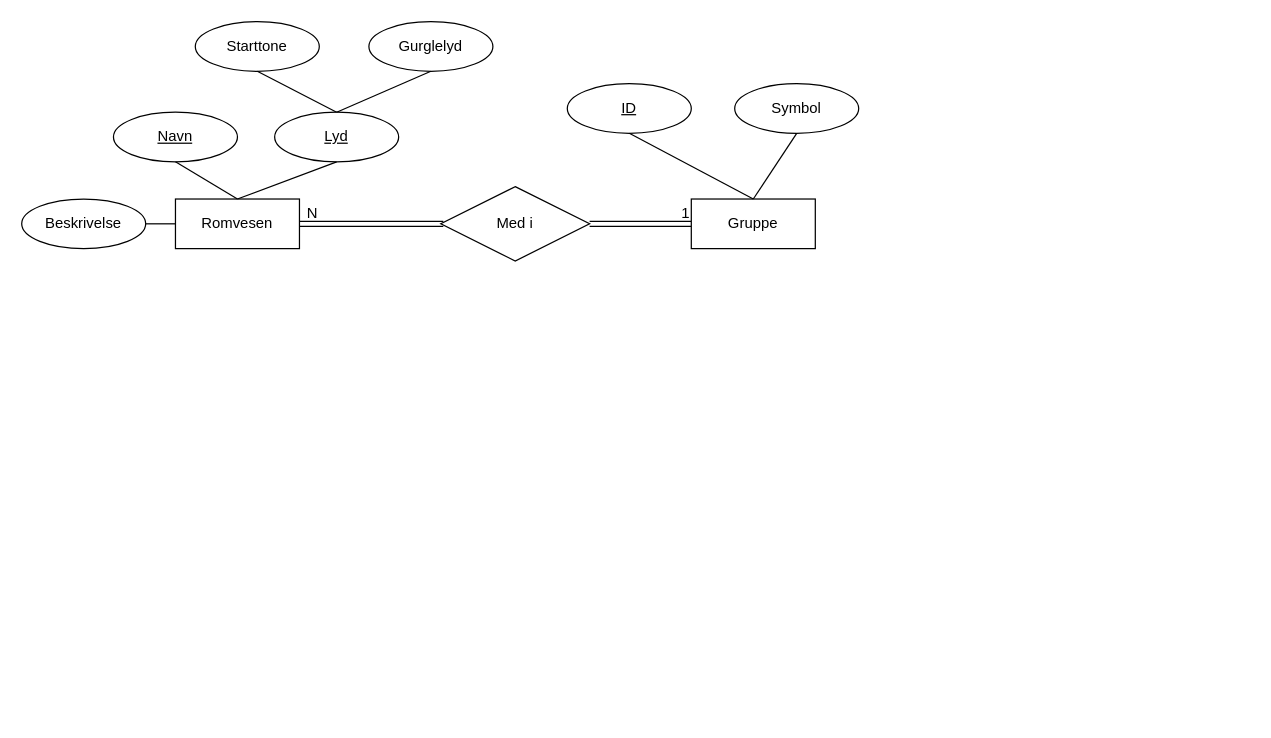
The draw.io diagram oppg3.drawio in bendikmd/in2090, before the edit. Source tidied: cells renumbered, new cells numbered last; positions are measured from the earlier drawing's top-left corner, leaving out a move shared by most shapes. Both pictures are drawn from the tidied source at 124%, with x=0, y=0 at pixel (21, 21).
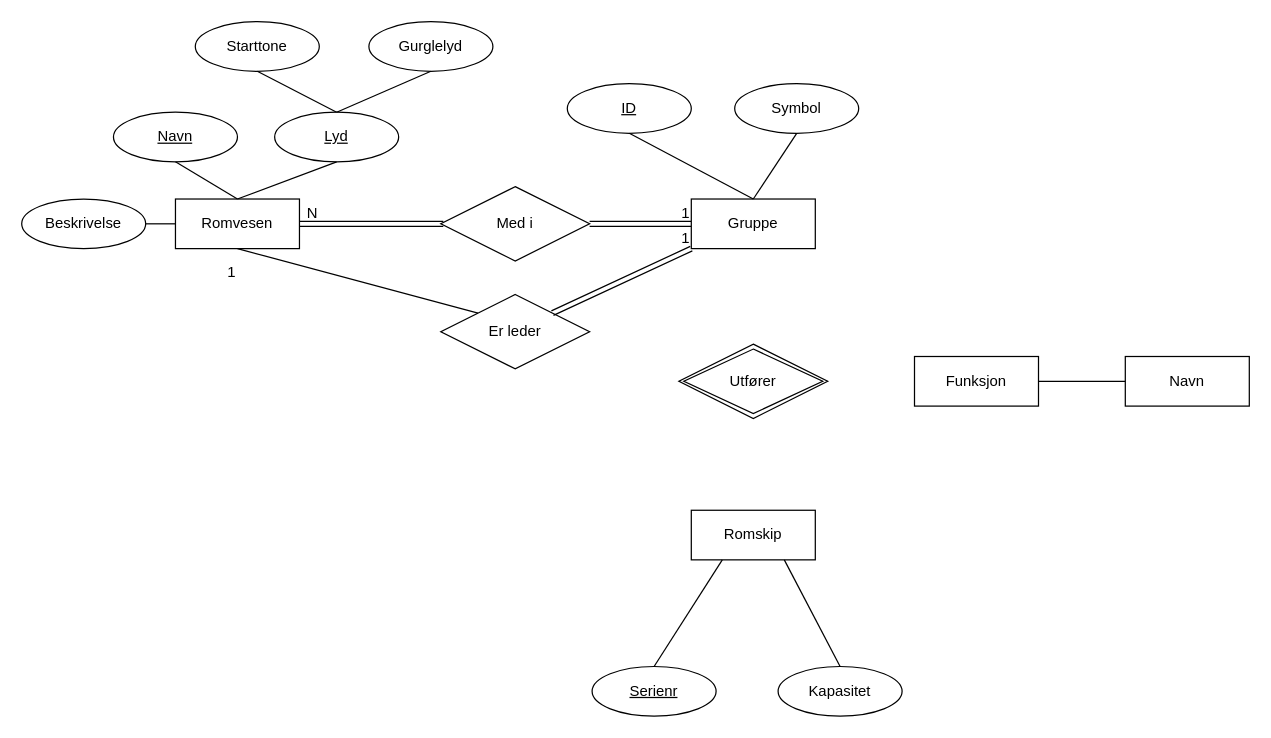
The same diagram, later.

The change refers to these unchanged cells:
```xml
<mxCell id="2" value="Romvesen" style="whiteSpace=wrap;html=1;align=center;" parent="1" vertex="1">
  <mxGeometry x="124" y="143" width="100" height="40" as="geometry" />
</mxCell>
<mxCell id="18" value="Gruppe" style="whiteSpace=wrap;html=1;align=center;" parent="1" vertex="1">
  <mxGeometry x="540" y="143" width="100" height="40" as="geometry" />
</mxCell>
```

What changed in the source:
```diff
@@
+    <mxCell id="23" value="Er leder" style="shape=rhombus;perimeter=rhombusPerimeter;whiteSpace=wrap;html=1;align=center;" parent="1" vertex="1">
+      <mxGeometry x="338" y="220" width="120" height="60" as="geometry" />
+    </mxCell>
+    <mxCell id="24" style="endArrow=none;html=1;rounded=0;exitX=0.5;exitY=1;exitDx=0;exitDy=0;entryX=0;entryY=0;entryDx=0;entryDy=0;" parent="1" edge="1" source="2" target="23">
+      <mxGeometry relative="1" as="geometry" />
+    </mxCell>
+    <mxCell id="25" style="shape=link;html=1;rounded=0;entryX=0;entryY=1;entryDx=0;entryDy=0;exitX=1;exitY=0;exitDx=0;exitDy=0;" parent="1" edge="1" source="23" target="18">
+      <mxGeometry relative="1" as="geometry" />
+    </mxCell>
+    <mxCell id="26" value="1" style="html=1;whiteSpace=wrap;align=right;verticalAlign=bottom;" parent="25" vertex="1">
+      <mxGeometry x="1" relative="1" as="geometry" />
+    </mxCell>
+    <mxCell id="27" value="1" style="html=1;whiteSpace=wrap;align=right;verticalAlign=bottom;" parent="1" vertex="1">
+      <mxGeometry x="174" y="210" as="geometry" />
+    </mxCell>
+    <mxCell id="28" value="Romskip" style="whiteSpace=wrap;html=1;align=center;" parent="1" vertex="1">
+      <mxGeometry x="540" y="394" width="100" height="40" as="geometry" />
+    </mxCell>
+    <mxCell id="29" value="Serienr" style="ellipse;whiteSpace=wrap;html=1;align=center;fontStyle=4;" parent="1" vertex="1">
+      <mxGeometry x="460" y="520" width="100" height="40" as="geometry" />
+    </mxCell>
+    <mxCell id="30" style="endArrow=none;html=1;rounded=0;exitX=0.5;exitY=0;exitDx=0;exitDy=0;entryX=0.25;entryY=1;entryDx=0;entryDy=0;" parent="1" edge="1" source="29" target="28">
+      <mxGeometry relative="1" as="geometry" />
+    </mxCell>
+    <mxCell id="31" value="Kapasitet" style="ellipse;whiteSpace=wrap;html=1;align=center;" parent="1" vertex="1">
+      <mxGeometry x="610" y="520" width="100" height="40" as="geometry" />
+    </mxCell>
+    <mxCell id="32" style="endArrow=none;html=1;rounded=0;entryX=0.75;entryY=1;entryDx=0;entryDy=0;exitX=0.5;exitY=0;exitDx=0;exitDy=0;" parent="1" edge="1" source="31" target="28">
+      <mxGeometry relative="1" as="geometry" />
+    </mxCell>
+    <mxCell id="33" value="Funksjon" style="whiteSpace=wrap;html=1;align=center;" parent="1" vertex="1">
+      <mxGeometry x="720" y="270" width="100" height="40" as="geometry" />
+    </mxCell>
+    <mxCell id="34" value="Navn" style="whiteSpace=wrap;html=1;align=center;" parent="1" vertex="1">
+      <mxGeometry x="890" y="270" width="100" height="40" as="geometry" />
+    </mxCell>
+    <mxCell id="35" style="endArrow=none;html=1;rounded=0;exitX=1;exitY=0.5;exitDx=0;exitDy=0;entryX=0;entryY=0.5;entryDx=0;entryDy=0;" parent="1" edge="1" source="33" target="34">
+      <mxGeometry relative="1" as="geometry" />
+    </mxCell>
+    <mxCell id="36" value="Utfører" style="shape=rhombus;double=1;perimeter=rhombusPerimeter;whiteSpace=wrap;html=1;align=center;" parent="1" vertex="1">
+      <mxGeometry x="530" y="260" width="120" height="60" as="geometry" />
+    </mxCell>
```
